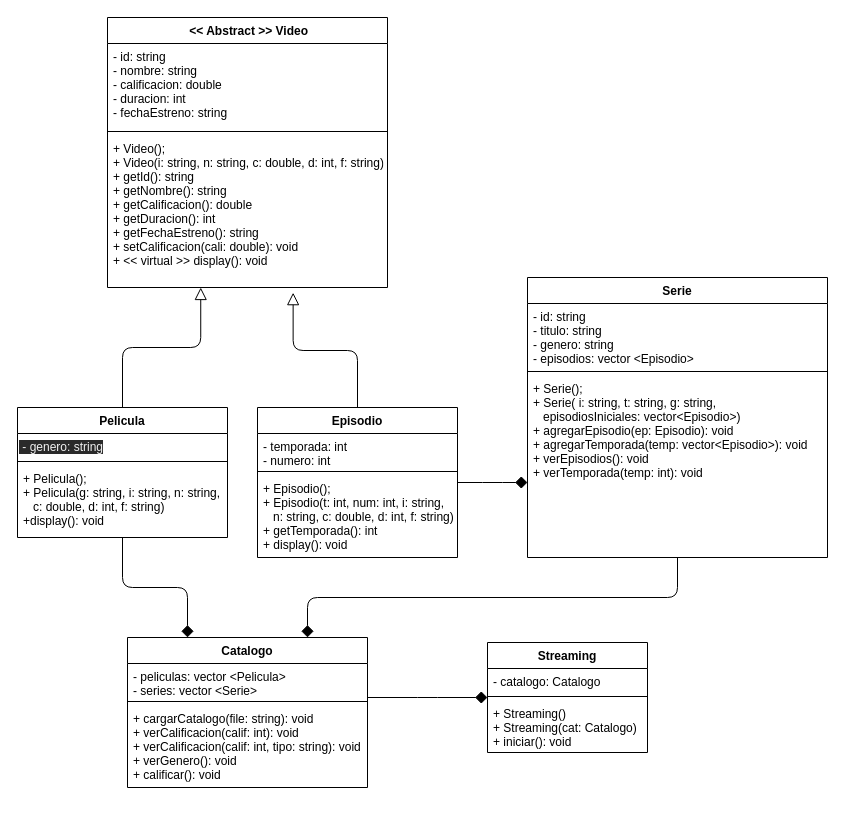
Earlier version of the draw.io diagram page "Polimorfismo" (1 of 3) of streaming.drawio (ElizabethAndriano/Streaming). Source tidied: cells renumbered, new cells numbered last; positions are measured from the earlier drawing's top-left corner, leaving out a move shared by most shapes. Both pictures are drawn from the tidied source at 100%, with x=0, y=0 at pixel (17, 17).
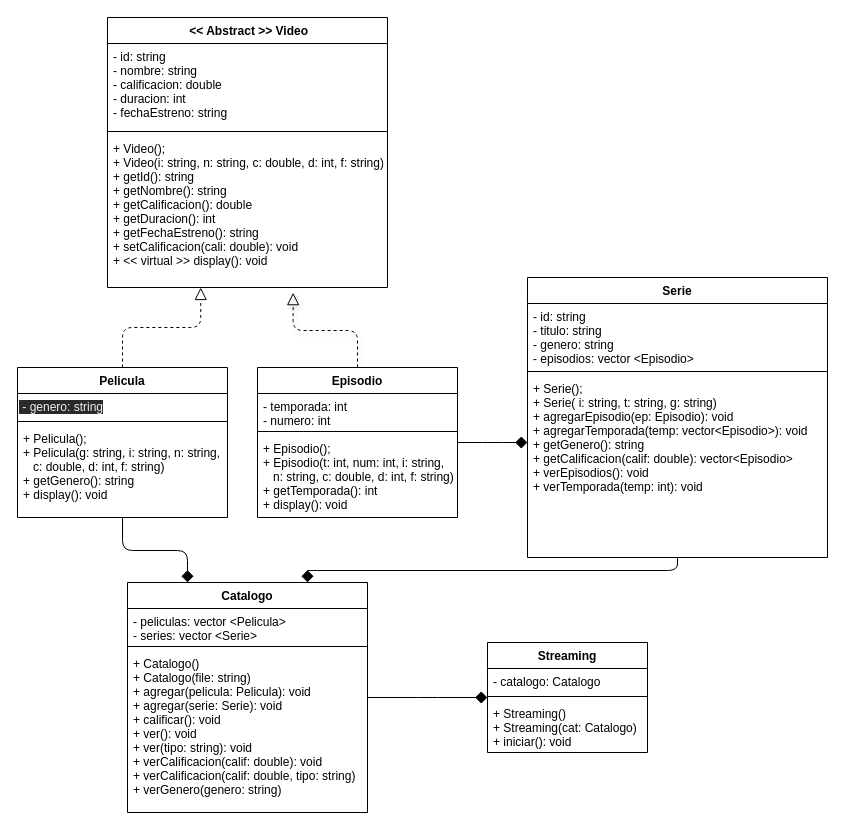
The same diagram, later.

Unchanged cells that the change refers to:
```xml
<mxCell id="10" value="Serie" style="swimlane;fontStyle=1;align=center;verticalAlign=top;horizontal=1;startSize=26;" parent="1" vertex="1">
  <mxGeometry x="510" y="260" width="300" height="280" as="geometry" />
</mxCell>
<mxCell id="31" value="+ Video();&#10;+ Video(i: string, n: string, c: double, d: int, f: string)&#10;+ getId(): string&#10;+ getNombre(): string&#10;+ getCalificacion(): double&#10;+ getDuracion(): int&#10;+ getFechaEstreno(): string&#10;+ setCalificacion(cali: double): void&#10;+ &lt;&lt; virtual &gt;&gt; display(): void" style="text;strokeColor=none;fillColor=none;align=left;verticalAlign=top;spacingLeft=4;spacingRight=4;overflow=hidden;points=[[0,0.5],[1,0.5]];portConstraint=eastwest;" parent="28" vertex="1">
  <mxGeometry y="118" width="280" height="152" as="geometry" />
</mxCell>
```

What changed in the source:
```diff
@@
-    <mxCell id="2" style="edgeStyle=elbowEdgeStyle;html=1;elbow=vertical;endArrow=block;endFill=0;endSize=10;entryX=0.333;entryY=1;entryDx=0;entryDy=0;entryPerimeter=0;" parent="1" edge="1" source="4" target="31">
+    <mxCell id="2" style="edgeStyle=elbowEdgeStyle;html=1;elbow=vertical;endArrow=block;endFill=0;endSize=10;entryX=0.333;entryY=1;entryDx=0;entryDy=0;entryPerimeter=0;dashed=1;" parent="1" edge="1" source="4" target="31">
       <mxGeometry relative="1" as="geometry" />
     </mxCell>
@@
     <mxCell id="4" value="Pelicula" style="swimlane;fontStyle=1;align=center;verticalAlign=top;horizontal=1;startSize=26;" parent="1" vertex="1">
-      <mxGeometry y="390" width="210" height="130" as="geometry" />
+      <mxGeometry y="350" width="210" height="150" as="geometry" />
     </mxCell>
@@
-    <mxCell id="7" value="+ Pelicula();&#10;+ Pelicula(g: string, i: string, n: string, &#10;   c: double, d: int, f: string)&#10;+display(): void" style="text;strokeColor=none;fillColor=none;align=left;verticalAlign=top;spacingLeft=4;spacingRight=4;overflow=hidden;" parent="4" vertex="1">
-      <mxGeometry y="58" width="210" height="72" as="geometry" />
+    <mxCell id="7" value="+ Pelicula();&#10;+ Pelicula(g: string, i: string, n: string, &#10;   c: double, d: int, f: string)&#10;+ getGenero(): string&#10;+ display(): void" style="text;strokeColor=none;fillColor=none;align=left;verticalAlign=top;spacingLeft=4;spacingRight=4;overflow=hidden;" parent="4" vertex="1">
+      <mxGeometry y="58" width="210" height="92" as="geometry" />
     </mxCell>
-    <mxCell id="8" style="edgeStyle=elbowEdgeStyle;html=1;elbow=vertical;endArrow=block;endFill=0;endSize=10;entryX=0.663;entryY=1.034;entryDx=0;entryDy=0;entryPerimeter=0;" parent="1" edge="1" source="15" target="31">
+    <mxCell id="8" style="edgeStyle=elbowEdgeStyle;html=1;elbow=vertical;endArrow=block;endFill=0;endSize=10;entryX=0.663;entryY=1.034;entryDx=0;entryDy=0;entryPerimeter=0;shadow=1;dashed=1;" parent="1" edge="1" source="15" target="31">
       <mxGeometry relative="1" as="geometry" />
     </mxCell>
@@
-    <mxCell id="13" value="+ Serie();&#10;+ Serie( i: string, t: string, g: string, &#10;   episodiosIniciales: vector&lt;Episodio&gt;)&#10;+ agregarEpisodio(ep: Episodio): void&#10;+ agregarTemporada(temp: vector&lt;Episodio&gt;): void&#10;+ verEpisodios(): void&#10;+ verTemporada(temp: int): void" style="text;strokeColor=none;fillColor=none;align=left;verticalAlign=top;spacingLeft=4;spacingRight=4;overflow=hidden;" parent="10" vertex="1">
+    <mxCell id="13" value="+ Serie();&#10;+ Serie( i: string, t: string, g: string)&#10;+ agregarEpisodio(ep: Episodio): void&#10;+ agregarTemporada(temp: vector&lt;Episodio&gt;): void&#10;+ getGenero(): string&#10;+ getCalificacion(calif: double): vector&lt;Episodio&gt;&#10;+ verEpisodios(): void&#10;+ verTemporada(temp: int): void" style="text;strokeColor=none;fillColor=none;align=left;verticalAlign=top;spacingLeft=4;spacingRight=4;overflow=hidden;" parent="10" vertex="1">
       <mxGeometry y="98" width="300" height="182" as="geometry" />
     </mxCell>
@@
     <mxCell id="15" value="Episodio" style="swimlane;fontStyle=1;align=center;verticalAlign=top;horizontal=1;startSize=26;" parent="1" vertex="1">
-      <mxGeometry x="240" y="390" width="200" height="150" as="geometry" />
+      <mxGeometry x="240" y="350" width="200" height="150" as="geometry" />
     </mxCell>
@@
     <mxCell id="20" value="Catalogo" style="swimlane;fontStyle=1;align=center;verticalAlign=top;horizontal=1;startSize=26;" parent="1" vertex="1">
-      <mxGeometry x="110" y="620" width="240" height="150" as="geometry" />
+      <mxGeometry x="110" y="565" width="240" height="230" as="geometry" />
     </mxCell>
@@
-    <mxCell id="23" value="+ cargarCatalogo(file: string): void&#10;+ verCalificacion(calif: int): void&#10;+ verCalificacion(calif: int, tipo: string): void&#10;+ verGenero(): void&#10;+ calificar(): void&#10;" style="text;strokeColor=none;fillColor=none;align=left;verticalAlign=top;spacingLeft=4;spacingRight=4;overflow=hidden;" parent="20" vertex="1">
-      <mxGeometry y="68" width="240" height="82" as="geometry" />
+    <mxCell id="23" value="+ Catalogo()&#10;+ Catalogo(file: string)&#10;+ agregar(pelicula: Pelicula): void&#10;+ agregar(serie: Serie): void&#10;+ calificar(): void&#10;+ ver(): void&#10;+ ver(tipo: string): void&#10;+ verCalificacion(calif: double): void&#10;+ verCalificacion(calif: double, tipo: string)&#10;+ verGenero(genero: string)&#10;&#10;" style="text;strokeColor=none;fillColor=none;align=left;verticalAlign=top;spacingLeft=4;spacingRight=4;overflow=hidden;" parent="20" vertex="1">
+      <mxGeometry y="68" width="240" height="162" as="geometry" />
     </mxCell>
```
